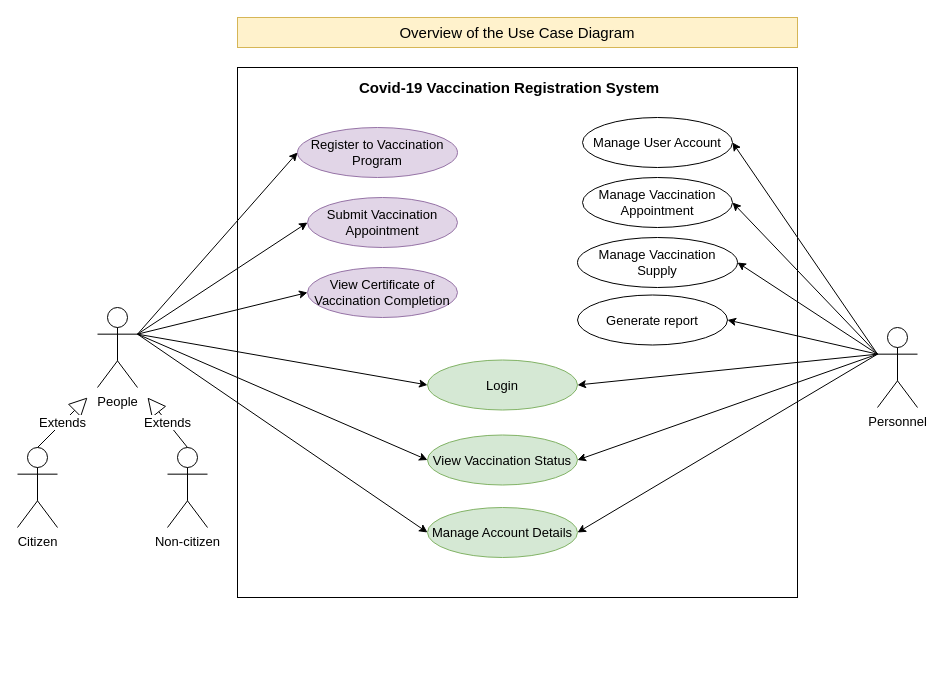
lydia0423/Covid-19-Vaccination-Registration-System keeps this draw.io diagram as page "Page-4" (4 of 4) of Diagram/Use Case Diagram.drawio. Above is the earlier version. Source tidied: cells renumbered, new cells numbered last; positions are measured from the earlier drawing's top-left corner, leaving out a move shared by most shapes. Both pictures are drawn from the tidied source at 100%, with x=0, y=0 at pixel (17, 17).
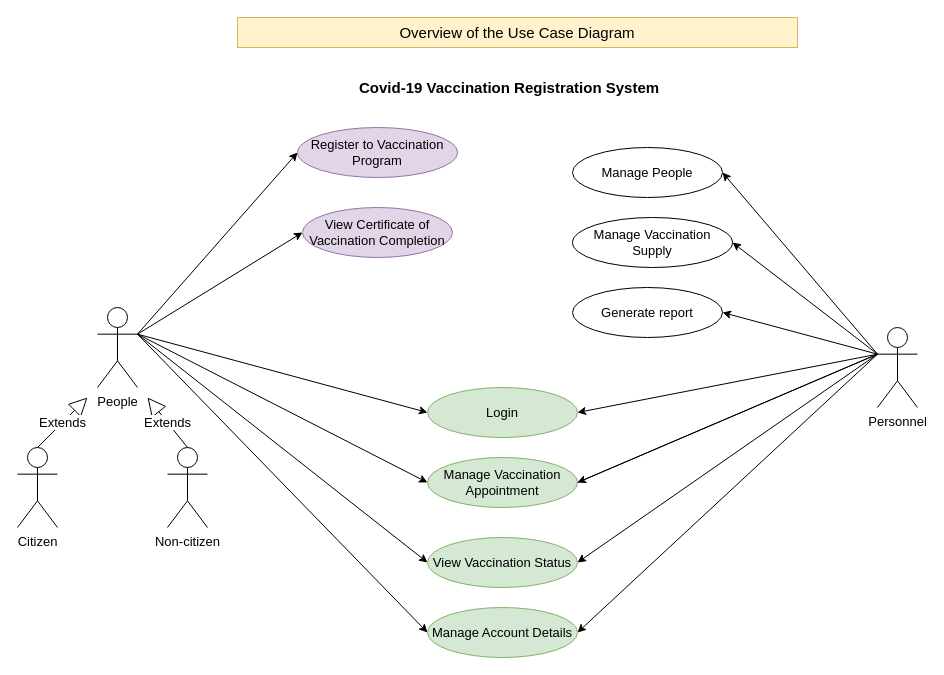
Above is the later version.

Unchanged cells that the change refers to:
```xml
<mxCell id="3" value="People" style="shape=umlActor;verticalLabelPosition=bottom;verticalAlign=top;html=1;fontSize=13;" parent="1" vertex="1">
  <mxGeometry x="80" y="290" width="40" height="80" as="geometry" />
</mxCell>
<mxCell id="7" value="Personnel" style="shape=umlActor;verticalLabelPosition=bottom;verticalAlign=top;html=1;fontSize=13;" parent="1" vertex="1">
  <mxGeometry x="860" y="310" width="40" height="80" as="geometry" />
</mxCell>
```

What changed in the source:
```diff
@@
-    <mxCell id="2" style="rounded=0;whiteSpace=wrap;html=1;fillColor=none;fontSize=13;" parent="1" vertex="1">
-      <mxGeometry x="220" y="50" width="560" height="530" as="geometry" />
-    </mxCell>
@@
     <mxCell id="5" value="Login" style="ellipse;whiteSpace=wrap;html=1;fillColor=#d5e8d4;strokeColor=#82b366;fontSize=13;" parent="1" vertex="1">
-      <mxGeometry x="410" y="342.5" width="150" height="50" as="geometry" />
+      <mxGeometry x="410" y="370" width="150" height="50" as="geometry" />
     </mxCell>
     <mxCell id="6" value="Manage Account Details" style="ellipse;whiteSpace=wrap;html=1;fillColor=#d5e8d4;strokeColor=#82b366;fontSize=13;" parent="1" vertex="1">
-      <mxGeometry x="410" y="490" width="150" height="50" as="geometry" />
+      <mxGeometry x="410" y="590" width="150" height="50" as="geometry" />
     </mxCell>
@@
-    <mxCell id="9" value="Submit Vaccination Appointment" style="ellipse;whiteSpace=wrap;html=1;fillColor=#e1d5e7;strokeColor=#9673a6;fontSize=13;" parent="1" vertex="1">
-      <mxGeometry x="290" y="180" width="150" height="50" as="geometry" />
-    </mxCell>
-    <mxCell id="10" value="Manage Vaccination Appointment" style="ellipse;whiteSpace=wrap;html=1;fontSize=13;" parent="1" vertex="1">
-      <mxGeometry x="565" y="160" width="150" height="50" as="geometry" />
-    </mxCell>
     <mxCell id="11" value="Manage Vaccination Supply" style="ellipse;whiteSpace=wrap;html=1;fontSize=13;" parent="1" vertex="1">
-      <mxGeometry x="560" y="220" width="160" height="50" as="geometry" />
+      <mxGeometry x="555" y="200" width="160" height="50" as="geometry" />
     </mxCell>
     <mxCell id="12" value="View Vaccination Status" style="ellipse;whiteSpace=wrap;html=1;fillColor=#d5e8d4;strokeColor=#82b366;fontSize=13;" parent="1" vertex="1">
-      <mxGeometry x="410" y="417.5" width="150" height="50" as="geometry" />
+      <mxGeometry x="410" y="520" width="150" height="50" as="geometry" />
     </mxCell>
     <mxCell id="13" value="View Certificate of Vaccination Completion" style="ellipse;whiteSpace=wrap;html=1;fillColor=#e1d5e7;strokeColor=#9673a6;fontSize=13;" parent="1" vertex="1">
-      <mxGeometry x="290" y="250" width="150" height="50" as="geometry" />
+      <mxGeometry x="285" y="190" width="150" height="50" as="geometry" />
     </mxCell>
@@
     <mxCell id="15" value="Generate report" style="ellipse;whiteSpace=wrap;html=1;fontSize=13;" parent="1" vertex="1">
-      <mxGeometry x="560" y="277.5" width="150" height="50" as="geometry" />
+      <mxGeometry x="555" y="270" width="150" height="50" as="geometry" />
     </mxCell>
@@
-    <mxCell id="17" value="Manage User Account" style="ellipse;whiteSpace=wrap;html=1;fontSize=13;" parent="1" vertex="1">
-      <mxGeometry x="565" y="100" width="150" height="50" as="geometry" />
-    </mxCell>
@@
-    <mxCell id="19" style="endArrow=classic;html=1;rounded=0;exitX=1;exitY=0.3333333333333333;exitDx=0;exitDy=0;exitPerimeter=0;entryX=0;entryY=0.5;entryDx=0;entryDy=0;fontSize=13;" parent="1" edge="1" source="3" target="9">
-      <mxGeometry relative="1" as="geometry" />
-    </mxCell>
@@
-    <mxCell id="27" style="endArrow=classic;html=1;rounded=0;exitX=0;exitY=0.3333333333333333;exitDx=0;exitDy=0;exitPerimeter=0;entryX=1;entryY=0.5;entryDx=0;entryDy=0;fontSize=13;" parent="1" edge="1" source="7" target="17">
-      <mxGeometry relative="1" as="geometry" />
-    </mxCell>
@@
-    <mxCell id="32" style="endArrow=classic;html=1;rounded=0;entryX=1;entryY=0.5;entryDx=0;entryDy=0;exitX=0;exitY=0.3333333333333333;exitDx=0;exitDy=0;exitPerimeter=0;fontSize=13;" parent="1" edge="1" source="7" target="5">
+    <mxCell id="32" style="endArrow=classic;html=1;rounded=0;entryX=1;entryY=0.5;entryDx=0;entryDy=0;fontSize=13;startArrow=none;exitX=0;exitY=0.3333333333333333;exitDx=0;exitDy=0;exitPerimeter=0;" parent="1" edge="1" source="7" target="5">
       <mxGeometry relative="1" as="geometry" />
     </mxCell>
@@
+    <mxCell id="10" value="Manage Vaccination Appointment" style="ellipse;whiteSpace=wrap;html=1;fontSize=13;fillColor=#d5e8d4;strokeColor=#82b366;" parent="1" vertex="1">
+      <mxGeometry x="410" y="440" width="150" height="50" as="geometry" />
+    </mxCell>
+    <mxCell id="34" style="endArrow=none;html=1;rounded=0;entryX=1;entryY=0.5;entryDx=0;entryDy=0;exitX=0;exitY=0.3333333333333333;exitDx=0;exitDy=0;exitPerimeter=0;fontSize=13;" parent="1" edge="1" source="7" target="10">
+      <mxGeometry relative="1" as="geometry" />
+    </mxCell>
+    <mxCell id="35" style="endArrow=classic;html=1;rounded=0;exitX=1;exitY=0.3333333333333333;exitDx=0;exitDy=0;exitPerimeter=0;entryX=0;entryY=0.5;entryDx=0;entryDy=0;" parent="1" edge="1" source="3" target="10">
+      <mxGeometry relative="1" as="geometry" />
+    </mxCell>
+    <mxCell id="36" value="Manage People" style="ellipse;whiteSpace=wrap;html=1;fontSize=13;" parent="1" vertex="1">
+      <mxGeometry x="555" y="130" width="150" height="50" as="geometry" />
+    </mxCell>
+    <mxCell id="37" style="endArrow=classic;html=1;rounded=0;exitX=0;exitY=0.3333333333333333;exitDx=0;exitDy=0;exitPerimeter=0;entryX=1;entryY=0.5;entryDx=0;entryDy=0;" parent="1" edge="1" source="7" target="36">
+      <mxGeometry relative="1" as="geometry" />
+    </mxCell>
```
